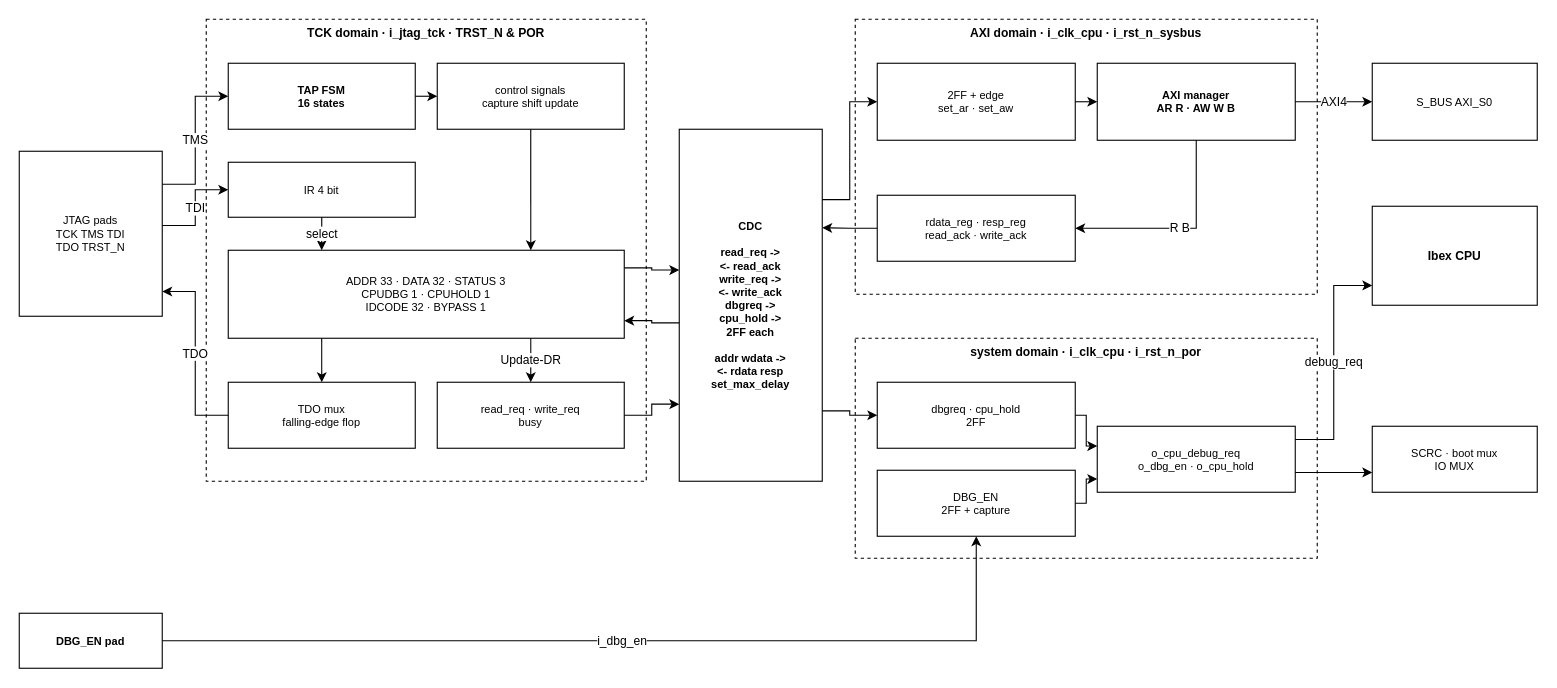
Before: page "SYSDBG block diagram" (1 of 3) of doc/drawio/QNSC_SYSDBG_MAS.drawio in quynhonsemiconductor/vlsi_deep_training, a draw.io diagram. Source tidied: cells renumbered, new cells numbered last; positions are measured from the earlier drawing's top-left corner, leaving out a move shared by most shapes. Both pictures are drawn from the tidied source at 110%, with x=0, y=0 at pixel (19, 19).
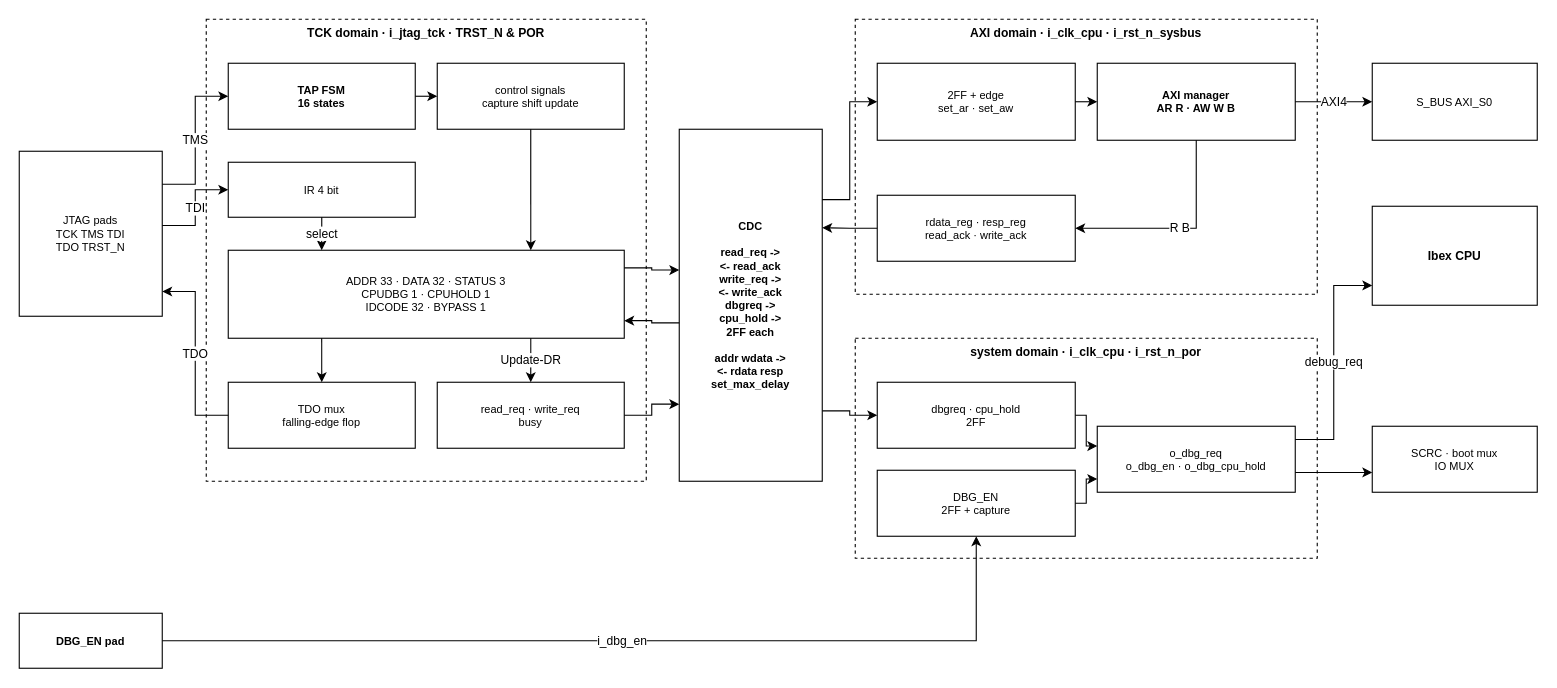
After the change.

The edit, as a diff of the source:
```diff
@@
-    <mxCell id="19" value="o_cpu_debug_req&#10;o_dbg_en  ·  o_cpu_hold" style="rounded=0;whiteSpace=wrap;html=1;fillColor=#ffffff;strokeColor=#000000;fontSize=10;dashed=0;verticalAlign=middle;" parent="1" vertex="1">
+    <mxCell id="19" value="o_dbg_req&#10;o_dbg_en  ·  o_dbg_cpu_hold" style="rounded=0;whiteSpace=wrap;html=1;fillColor=#ffffff;strokeColor=#000000;fontSize=10;dashed=0;verticalAlign=middle;" parent="1" vertex="1">
       <mxGeometry x="980" y="370" width="180" height="60" as="geometry" />
     </mxCell>
```
